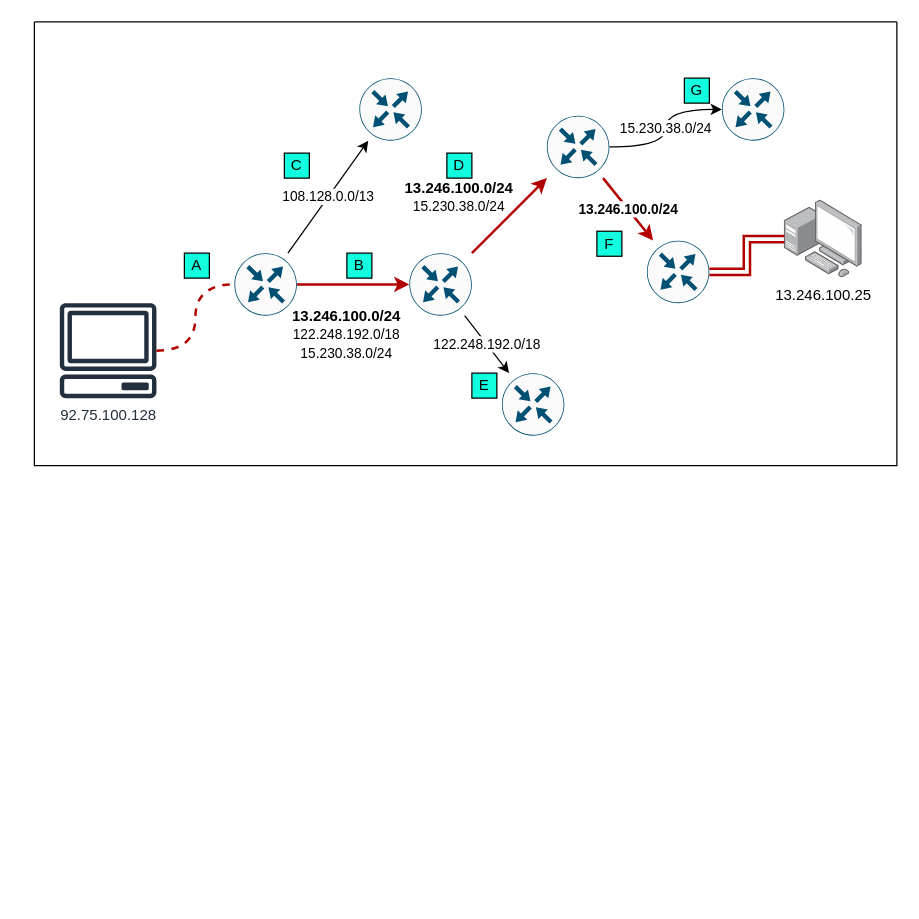
This is study_architecture.drawio from GyuminGomin/Architecture, a draw.io file, before an edit. Source tidied: cells renumbered, new cells numbered last; positions are measured from the earlier drawing's top-left corner, leaving out a move shared by most shapes. Both pictures are drawn from the tidied source at 125%, with x=0, y=0 at pixel (34, 21).
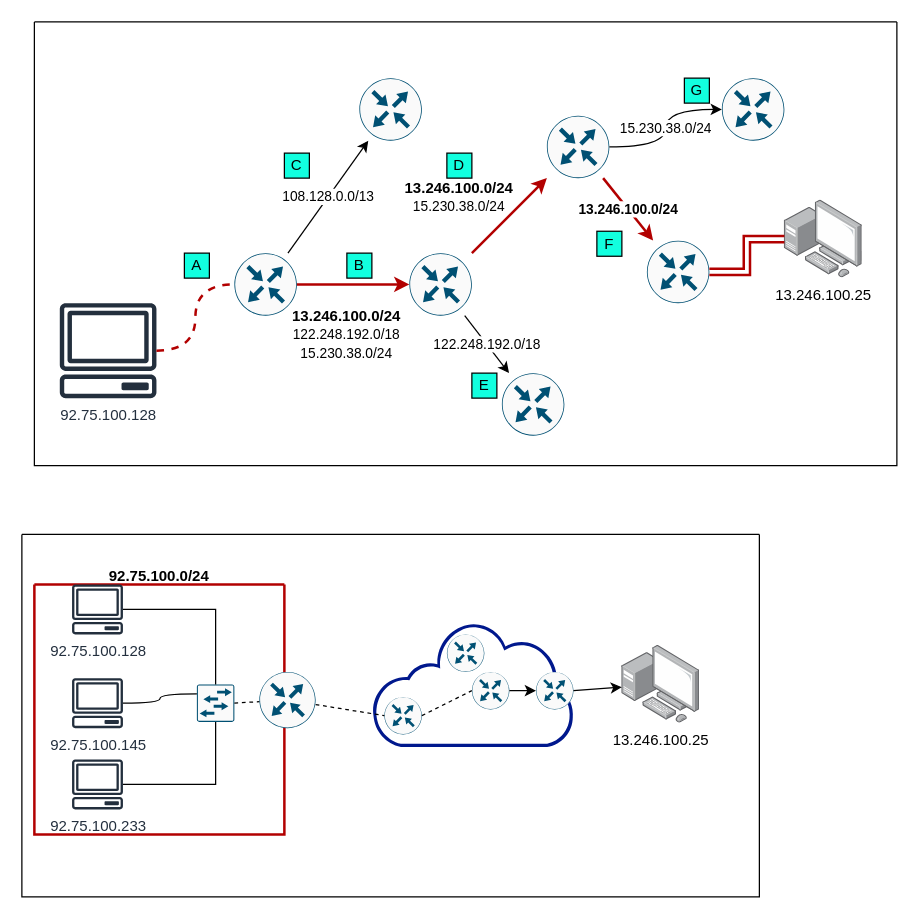
After the change.

Change to the diagram source:
```diff
@@
+    <mxCell id="29" style="swimlane;startSize=0;" parent="1" vertex="1">
+      <mxGeometry x="-10" y="410" width="590" height="290" as="geometry" />
+    </mxCell>
+    <mxCell id="30" style="sketch=0;shadow=0;dashed=0;html=1;strokeColor=none;labelPosition=center;verticalLabelPosition=bottom;verticalAlign=top;align=center;fillColor=#00188D;shape=mxgraph.mscae.enterprise.internet_hollow;" parent="29" vertex="1">
+      <mxGeometry x="280" y="70" width="161.3" height="100" as="geometry" />
+    </mxCell>
+    <mxCell id="31" style="sketch=0;points=[[0.5,0,0],[1,0.5,0],[0.5,1,0],[0,0.5,0],[0.145,0.145,0],[0.8555,0.145,0],[0.855,0.8555,0],[0.145,0.855,0]];verticalLabelPosition=bottom;html=1;verticalAlign=top;align=center;shape=mxgraph.cisco19.rect;prIcon=router;fillColor=#FAFAFA;strokeColor=#005073;" parent="29" vertex="1">
+      <mxGeometry x="360" y="110" width="30" height="30" as="geometry" />
+    </mxCell>
+    <mxCell id="32" style="sketch=0;verticalLabelPosition=bottom;html=1;verticalAlign=top;align=center;shape=mxgraph.cisco19.rect;prIcon=router;fillColor=#FAFAFA;strokeColor=#005073;" parent="29" vertex="1">
+      <mxGeometry x="340" y="80" width="30" height="30" as="geometry" />
+    </mxCell>
+    <mxCell id="33" style="sketch=0;points=[[0.5,0,0],[1,0.5,0],[0.5,1,0],[0,0.5,0],[0.145,0.145,0],[0.8555,0.145,0],[0.855,0.8555,0],[0.145,0.855,0]];verticalLabelPosition=bottom;html=1;verticalAlign=top;align=center;shape=mxgraph.cisco19.rect;prIcon=router;fillColor=#FAFAFA;strokeColor=#005073;" parent="29" vertex="1">
+      <mxGeometry x="290" y="130" width="30" height="30" as="geometry" />
+    </mxCell>
+    <mxCell id="34" style="sketch=0;points=[[0.5,0,0],[1,0.5,0],[0.5,1,0],[0,0.5,0],[0.145,0.145,0],[0.8555,0.145,0],[0.855,0.8555,0],[0.145,0.855,0]];verticalLabelPosition=bottom;html=1;verticalAlign=top;align=center;shape=mxgraph.cisco19.rect;prIcon=router;fillColor=#FAFAFA;strokeColor=#005073;" parent="29" vertex="1">
+      <mxGeometry x="411.3" y="110" width="30" height="30" as="geometry" />
+    </mxCell>
+    <mxCell id="35" value="13.246.100.25" style="image;points=[];html=1;align=center;shadow=0;dashed=0;image=img/lib/allied_telesis/computer_and_terminals/Personal_Computer_with_Server.svg;" parent="29" vertex="1">
+      <mxGeometry x="480" y="88.8" width="62.4" height="62.4" as="geometry" />
+    </mxCell>
+    <mxCell id="36" value="92.75.100.0/24&#10;" style="swimlane;startSize=0;fillColor=#e51400;fontColor=#000000;strokeColor=#B20000;strokeWidth=2;" parent="29" vertex="1">
+      <mxGeometry x="10" y="40" width="200" height="200" as="geometry" />
+    </mxCell>
+    <mxCell id="37" value="92.75.100.128" style="sketch=0;outlineConnect=0;fontColor=#232F3E;gradientColor=none;fillColor=#232F3D;strokeColor=none;dashed=0;verticalLabelPosition=bottom;verticalAlign=top;align=center;html=1;fontSize=12;fontStyle=0;shape=mxgraph.aws4.client;" parent="36" vertex="1">
+      <mxGeometry x="30" width="41" height="40" as="geometry" />
+    </mxCell>
+    <mxCell id="38" value="92.75.100.145" style="sketch=0;outlineConnect=0;fontColor=#232F3E;gradientColor=none;fillColor=#232F3D;strokeColor=none;dashed=0;verticalLabelPosition=bottom;verticalAlign=top;align=center;html=1;fontSize=12;fontStyle=0;shape=mxgraph.aws4.client;" parent="36" vertex="1">
+      <mxGeometry x="30" y="75" width="41" height="40" as="geometry" />
+    </mxCell>
+    <mxCell id="39" value="92.75.100.233" style="sketch=0;outlineConnect=0;fontColor=#232F3E;gradientColor=none;fillColor=#232F3D;strokeColor=none;dashed=0;verticalLabelPosition=bottom;verticalAlign=top;align=center;html=1;fontSize=12;fontStyle=0;shape=mxgraph.aws4.client;" parent="36" vertex="1">
+      <mxGeometry x="30" y="140" width="41" height="40" as="geometry" />
+    </mxCell>
+    <mxCell id="40" style="sketch=0;points=[[0.015,0.015,0],[0.985,0.015,0],[0.985,0.985,0],[0.015,0.985,0],[0.25,0,0],[0.5,0,0],[0.75,0,0],[1,0.25,0],[1,0.5,0],[1,0.75,0],[0.75,1,0],[0.5,1,0],[0.25,1,0],[0,0.75,0],[0,0.5,0],[0,0.25,0]];verticalLabelPosition=bottom;html=1;verticalAlign=top;align=center;shape=mxgraph.cisco19.rect;prIcon=l2_switch;fillColor=#FAFAFA;strokeColor=#005073;" parent="36" vertex="1">
+      <mxGeometry x="130" y="80" width="30" height="30" as="geometry" />
+    </mxCell>
+    <mxCell id="41" style="endArrow=none;html=1;rounded=0;entryX=0.5;entryY=0;entryDx=0;entryDy=0;entryPerimeter=0;edgeStyle=orthogonalEdgeStyle;" parent="36" edge="1" source="37" target="40">
+      <mxGeometry relative="1" as="geometry" />
+    </mxCell>
+    <mxCell id="42" style="endArrow=none;html=1;rounded=0;entryX=0;entryY=0.25;entryDx=0;entryDy=0;entryPerimeter=0;edgeStyle=orthogonalEdgeStyle;curved=1;" parent="36" edge="1" source="38" target="40">
+      <mxGeometry relative="1" as="geometry" />
+    </mxCell>
+    <mxCell id="43" style="endArrow=none;html=1;rounded=0;entryX=0.5;entryY=1;entryDx=0;entryDy=0;entryPerimeter=0;edgeStyle=orthogonalEdgeStyle;" parent="36" edge="1" source="39" target="40">
+      <mxGeometry relative="1" as="geometry" />
+    </mxCell>
+    <mxCell id="44" style="sketch=0;points=[[0.5,0,0],[1,0.5,0],[0.5,1,0],[0,0.5,0],[0.145,0.145,0],[0.8555,0.145,0],[0.855,0.8555,0],[0.145,0.855,0]];verticalLabelPosition=bottom;html=1;verticalAlign=top;align=center;shape=mxgraph.cisco19.rect;prIcon=router;fillColor=#FAFAFA;strokeColor=#005073;" parent="29" vertex="1">
+      <mxGeometry x="190" y="110" width="45" height="45" as="geometry" />
+    </mxCell>
+    <mxCell id="45" style="endArrow=none;dashed=1;html=1;rounded=0;exitX=1;exitY=0.5;exitDx=0;exitDy=0;exitPerimeter=0;" parent="29" edge="1" source="40" target="44">
+      <mxGeometry relative="1" as="geometry" />
+    </mxCell>
+    <mxCell id="46" style="endArrow=none;dashed=1;html=1;rounded=0;entryX=0;entryY=0.5;entryDx=0;entryDy=0;entryPerimeter=0;" parent="29" edge="1" source="44" target="33">
+      <mxGeometry relative="1" as="geometry" />
+    </mxCell>
+    <mxCell id="47" style="endArrow=none;dashed=1;html=1;rounded=0;entryX=0;entryY=0.5;entryDx=0;entryDy=0;entryPerimeter=0;exitX=1;exitY=0.5;exitDx=0;exitDy=0;exitPerimeter=0;" parent="29" edge="1" source="33" target="31">
+      <mxGeometry relative="1" as="geometry" />
+    </mxCell>
+    <mxCell id="48" style="endArrow=classic;html=1;rounded=0;exitX=1;exitY=0.5;exitDx=0;exitDy=0;exitPerimeter=0;entryX=0;entryY=0.5;entryDx=0;entryDy=0;entryPerimeter=0;" parent="29" edge="1" source="31" target="34">
+      <mxGeometry relative="1" as="geometry" />
+    </mxCell>
+    <mxCell id="49" style="endArrow=classic;html=1;rounded=0;exitX=1;exitY=0.5;exitDx=0;exitDy=0;exitPerimeter=0;" parent="29" edge="1" source="34" target="35">
+      <mxGeometry relative="1" as="geometry" />
+    </mxCell>
```
